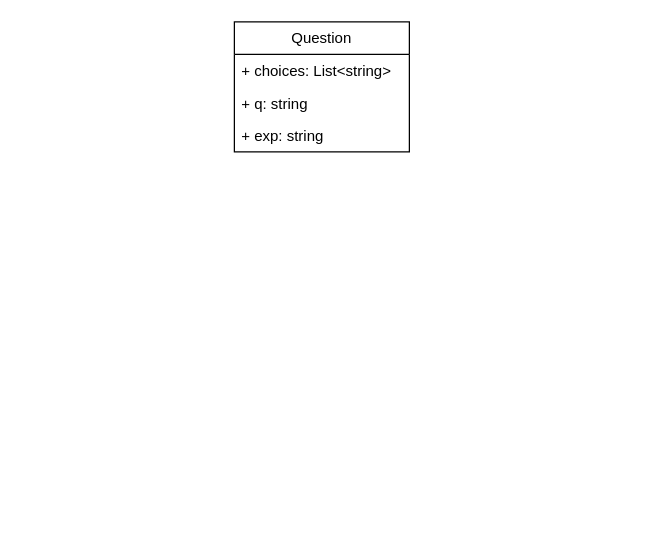
The draw.io diagram Question.drawio in wkng0/heyy, before the edit. Source tidied: cells renumbered, new cells numbered last; positions are measured from the earlier drawing's top-left corner, leaving out a move shared by most shapes. Both pictures are drawn from the tidied source at 125%, with x=0, y=0 at pixel (234, 21).
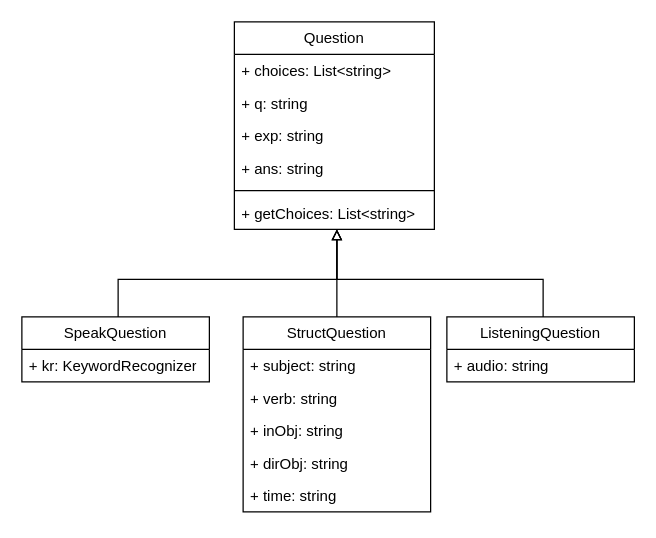
Above is the later version.

Diff of the diagram source:
```diff
@@
     <mxCell id="2" value="Question" style="swimlane;fontStyle=0;horizontal=1;startSize=26;fillColor=none;whiteSpace=wrap;html=1;" parent="1" vertex="1">
-      <mxGeometry width="140" height="104" as="geometry" />
+      <mxGeometry width="160" height="166" as="geometry" />
     </mxCell>
     <mxCell id="3" value="+ choices: List&amp;lt;string&amp;gt;" style="text;strokeColor=none;fillColor=none;align=left;verticalAlign=top;spacingLeft=4;spacingRight=4;overflow=hidden;whiteSpace=wrap;html=1;" parent="2" vertex="1">
-      <mxGeometry y="26" width="140" height="26" as="geometry" />
+      <mxGeometry y="26" width="160" height="26" as="geometry" />
     </mxCell>
     <mxCell id="4" value="+ q: string" style="text;strokeColor=none;fillColor=none;align=left;verticalAlign=top;spacingLeft=4;spacingRight=4;overflow=hidden;whiteSpace=wrap;html=1;" parent="2" vertex="1">
-      <mxGeometry y="52" width="140" height="26" as="geometry" />
+      <mxGeometry y="52" width="160" height="26" as="geometry" />
     </mxCell>
     <mxCell id="5" value="+ exp: string" style="text;strokeColor=none;fillColor=none;align=left;verticalAlign=top;spacingLeft=4;spacingRight=4;overflow=hidden;whiteSpace=wrap;html=1;" parent="2" vertex="1">
-      <mxGeometry y="78" width="140" height="26" as="geometry" />
+      <mxGeometry y="78" width="160" height="26" as="geometry" />
     </mxCell>
+    <mxCell id="6" value="+ ans: string" style="text;strokeColor=none;fillColor=none;align=left;verticalAlign=top;spacingLeft=4;spacingRight=4;overflow=hidden;whiteSpace=wrap;html=1;" parent="2" vertex="1">
+      <mxGeometry y="104" width="160" height="26" as="geometry" />
+    </mxCell>
+    <mxCell id="7" style="line;strokeWidth=1;html=1;" parent="2" vertex="1">
+      <mxGeometry y="130" width="160" height="10" as="geometry" />
+    </mxCell>
+    <mxCell id="8" value="+ getChoices: List&amp;lt;string&amp;gt;" style="text;strokeColor=none;fillColor=none;align=left;verticalAlign=top;spacingLeft=4;spacingRight=4;overflow=hidden;whiteSpace=wrap;html=1;" parent="2" vertex="1">
+      <mxGeometry y="140" width="160" height="26" as="geometry" />
+    </mxCell>
+    <mxCell id="9" style="edgeStyle=orthogonalEdgeStyle;rounded=0;orthogonalLoop=1;jettySize=auto;html=1;endArrow=block;endFill=0;" parent="1" edge="1">
+      <mxGeometry relative="1" as="geometry">
+        <mxPoint x="-93" y="236" as="sourcePoint" />
+        <mxPoint x="82" y="166" as="targetPoint" />
+        <Array as="points">
+          <mxPoint x="-93" y="206" />
+          <mxPoint x="82" y="206" />
+        </Array>
+      </mxGeometry>
+    </mxCell>
+    <mxCell id="10" value="SpeakQuestion" style="swimlane;fontStyle=0;horizontal=1;startSize=26;fillColor=none;whiteSpace=wrap;html=1;" parent="1" vertex="1">
+      <mxGeometry x="-170" y="236" width="150" height="52" as="geometry" />
+    </mxCell>
+    <mxCell id="11" value="+ kr: KeywordRecognizer" style="text;strokeColor=none;fillColor=none;align=left;verticalAlign=top;spacingLeft=4;spacingRight=4;overflow=hidden;whiteSpace=wrap;html=1;" parent="10" vertex="1">
+      <mxGeometry y="26" width="150" height="26" as="geometry" />
+    </mxCell>
+    <mxCell id="12" style="edgeStyle=orthogonalEdgeStyle;rounded=0;jettySize=auto;html=1;endArrow=block;endFill=0;" parent="1" edge="1" source="13" target="2">
+      <mxGeometry relative="1" as="geometry">
+        <Array as="points">
+          <mxPoint x="82" y="186" />
+          <mxPoint x="82" y="186" />
+        </Array>
+      </mxGeometry>
+    </mxCell>
+    <mxCell id="13" value="StructQuestion" style="swimlane;fontStyle=0;horizontal=1;startSize=26;fillColor=none;whiteSpace=wrap;html=1;" parent="1" vertex="1">
+      <mxGeometry x="7" y="236" width="150" height="156" as="geometry" />
+    </mxCell>
+    <mxCell id="14" value="+ subject: string" style="text;strokeColor=none;fillColor=none;align=left;verticalAlign=top;spacingLeft=4;spacingRight=4;overflow=hidden;whiteSpace=wrap;html=1;" parent="13" vertex="1">
+      <mxGeometry y="26" width="150" height="26" as="geometry" />
+    </mxCell>
+    <mxCell id="15" value="+ verb: string" style="text;strokeColor=none;fillColor=none;align=left;verticalAlign=top;spacingLeft=4;spacingRight=4;overflow=hidden;whiteSpace=wrap;html=1;" parent="13" vertex="1">
+      <mxGeometry y="52" width="150" height="26" as="geometry" />
+    </mxCell>
+    <mxCell id="16" value="+ inObj: string" style="text;strokeColor=none;fillColor=none;align=left;verticalAlign=top;spacingLeft=4;spacingRight=4;overflow=hidden;whiteSpace=wrap;html=1;" parent="13" vertex="1">
+      <mxGeometry y="78" width="150" height="26" as="geometry" />
+    </mxCell>
+    <mxCell id="17" value="+ dirObj: string" style="text;strokeColor=none;fillColor=none;align=left;verticalAlign=top;spacingLeft=4;spacingRight=4;overflow=hidden;whiteSpace=wrap;html=1;" parent="13" vertex="1">
+      <mxGeometry y="104" width="150" height="26" as="geometry" />
+    </mxCell>
+    <mxCell id="18" value="+ time: string" style="text;strokeColor=none;fillColor=none;align=left;verticalAlign=top;spacingLeft=4;spacingRight=4;overflow=hidden;whiteSpace=wrap;html=1;" parent="13" vertex="1">
+      <mxGeometry y="130" width="150" height="26" as="geometry" />
+    </mxCell>
+    <mxCell id="19" style="edgeStyle=orthogonalEdgeStyle;rounded=0;orthogonalLoop=1;jettySize=auto;html=1;endArrow=block;endFill=0;" parent="1" edge="1">
+      <mxGeometry relative="1" as="geometry">
+        <mxPoint x="247" y="236" as="sourcePoint" />
+        <mxPoint x="82" y="166" as="targetPoint" />
+        <Array as="points">
+          <mxPoint x="247" y="206" />
+          <mxPoint x="82" y="206" />
+        </Array>
+      </mxGeometry>
+    </mxCell>
+    <mxCell id="20" value="ListeningQuestion" style="swimlane;fontStyle=0;horizontal=1;startSize=26;fillColor=none;whiteSpace=wrap;html=1;" parent="1" vertex="1">
+      <mxGeometry x="170" y="236" width="150" height="52" as="geometry" />
+    </mxCell>
+    <mxCell id="21" value="+ audio: string" style="text;strokeColor=none;fillColor=none;align=left;verticalAlign=top;spacingLeft=4;spacingRight=4;overflow=hidden;whiteSpace=wrap;html=1;" parent="20" vertex="1">
+      <mxGeometry y="26" width="150" height="26" as="geometry" />
+    </mxCell>
```
